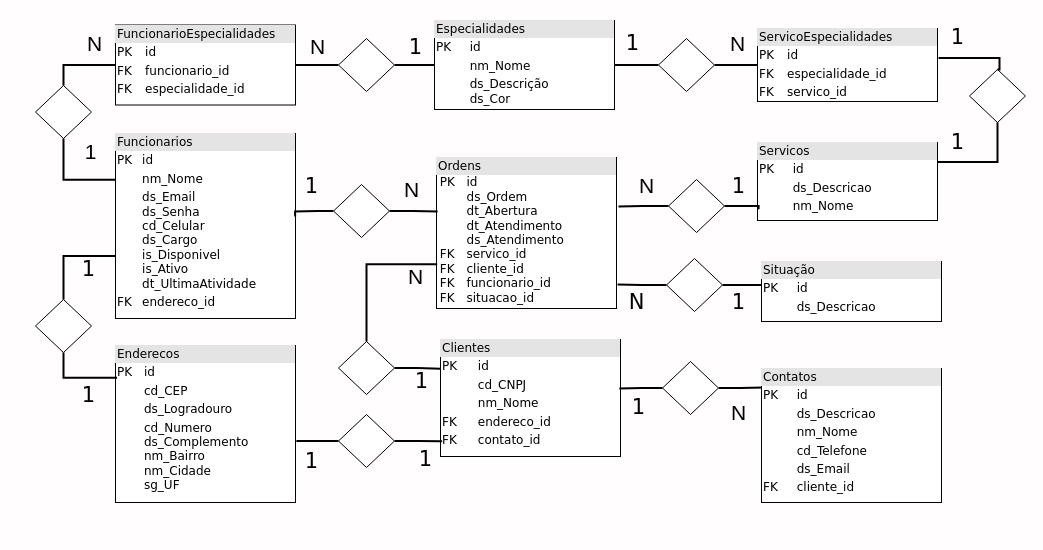
This is Diagrama Entidades.drawio from S-I-G-O-S/planejamento, a draw.io file, before an edit. Source tidied: cells renumbered, new cells numbered last; positions are measured from the earlier drawing's top-left corner, leaving out a move shared by most shapes. Both pictures are drawn from the tidied source at 100%, with x=0, y=0 at pixel (35, 17).
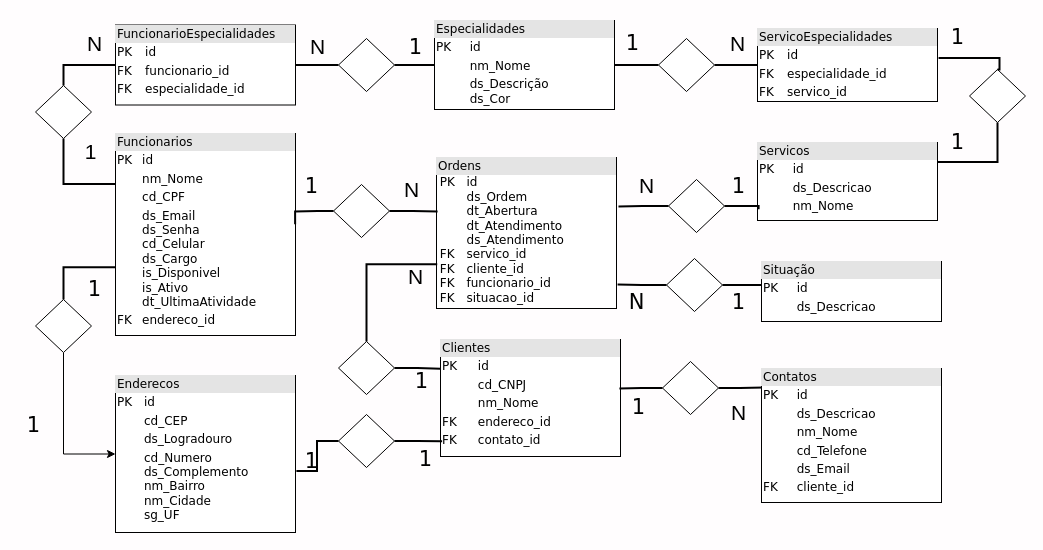
Above is the later version.

The change refers to these unchanged cells:
```xml
<mxCell id="51" style="rhombus;whiteSpace=wrap;html=1;fontFamily=Architects Daughter;" parent="1" vertex="1">
  <mxGeometry y="282" width="56" height="53" as="geometry" />
</mxCell>
```

Change to the diagram source:
```diff
@@
-    <mxCell id="2" value="&lt;div style=&quot;box-sizing:border-box;width:100%;background:#e4e4e4;padding:2px;&quot;&gt;Funcionarios&lt;/div&gt;&lt;table style=&quot;width:100%;font-size:1em;&quot; cellpadding=&quot;2&quot; cellspacing=&quot;0&quot;&gt;&lt;tbody&gt;&lt;tr&gt;&lt;td&gt;PK&lt;/td&gt;&lt;td&gt;id&lt;br&gt;&lt;/td&gt;&lt;/tr&gt;&lt;tr&gt;&lt;td&gt;&lt;br&gt;&lt;/td&gt;&lt;td&gt;nm_Nome&lt;/td&gt;&lt;/tr&gt;&lt;tr&gt;&lt;td&gt;&lt;br&gt;&lt;br&gt;&lt;/td&gt;&lt;td&gt;ds_Email&lt;br&gt;ds_Senha&lt;br&gt;cd_Celular&lt;br&gt;ds_Cargo&lt;br&gt;is_Disponivel&lt;br&gt;is_Ativo&lt;br&gt;dt_UltimaAtividade&lt;br&gt;&lt;/td&gt;&lt;/tr&gt;&lt;tr&gt;&lt;td&gt;FK&lt;/td&gt;&lt;td&gt;endereco_id&lt;br&gt;&lt;/td&gt;&lt;/tr&gt;&lt;tr&gt;&lt;td&gt;&lt;br&gt;&lt;/td&gt;&lt;td&gt;&lt;br&gt;&lt;/td&gt;&lt;/tr&gt;&lt;/tbody&gt;&lt;/table&gt;" style="verticalAlign=top;align=left;overflow=fill;html=1;rounded=0;shadow=0;comic=0;labelBackgroundColor=none;strokeWidth=1;fontFamily=Verdana;fontSize=12;" parent="1" vertex="1">
-      <mxGeometry x="80" y="116" width="180" height="185" as="geometry" />
+    <mxCell id="2" value="&lt;div style=&quot;box-sizing:border-box;width:100%;background:#e4e4e4;padding:2px;&quot;&gt;Funcionarios&lt;/div&gt;&lt;table style=&quot;width:100%;font-size:1em;&quot; cellpadding=&quot;2&quot; cellspacing=&quot;0&quot;&gt;&lt;tbody&gt;&lt;tr&gt;&lt;td&gt;PK&lt;/td&gt;&lt;td&gt;id&lt;br&gt;&lt;/td&gt;&lt;/tr&gt;&lt;tr&gt;&lt;td&gt;&lt;br&gt;&lt;/td&gt;&lt;td&gt;nm_Nome&lt;/td&gt;&lt;/tr&gt;&lt;tr&gt;&lt;td&gt;&lt;br&gt;&lt;/td&gt;&lt;td&gt;cd_CPF&lt;/td&gt;&lt;/tr&gt;&lt;tr&gt;&lt;td&gt;&lt;br&gt;&lt;br&gt;&lt;/td&gt;&lt;td&gt;ds_Email&lt;br&gt;ds_Senha&lt;br&gt;cd_Celular&lt;br&gt;ds_Cargo&lt;br&gt;is_Disponivel&lt;br&gt;is_Ativo&lt;br&gt;dt_UltimaAtividade&lt;br&gt;&lt;/td&gt;&lt;/tr&gt;&lt;tr&gt;&lt;td&gt;FK&lt;/td&gt;&lt;td&gt;endereco_id&lt;br&gt;&lt;/td&gt;&lt;/tr&gt;&lt;tr&gt;&lt;td&gt;&lt;br&gt;&lt;/td&gt;&lt;td&gt;&lt;br&gt;&lt;/td&gt;&lt;/tr&gt;&lt;/tbody&gt;&lt;/table&gt;" style="verticalAlign=top;align=left;overflow=fill;html=1;rounded=0;shadow=0;comic=0;labelBackgroundColor=none;strokeWidth=1;fontFamily=Verdana;fontSize=12;" parent="1" vertex="1">
+      <mxGeometry x="80" y="116" width="180" height="202" as="geometry" />
     </mxCell>
@@
     <mxCell id="10" value="&lt;div style=&quot;box-sizing:border-box;width:100%;background:#e4e4e4;padding:2px;&quot;&gt;Enderecos&lt;/div&gt;&lt;table style=&quot;width:100%;font-size:1em;&quot; cellpadding=&quot;2&quot; cellspacing=&quot;0&quot;&gt;&lt;tbody&gt;&lt;tr&gt;&lt;td&gt;PK&lt;/td&gt;&lt;td&gt;id&lt;/td&gt;&lt;/tr&gt;&lt;tr&gt;&lt;td&gt;&lt;br&gt;&lt;/td&gt;&lt;td&gt;cd_CEP&lt;/td&gt;&lt;/tr&gt;&lt;tr&gt;&lt;td&gt;&lt;br&gt;&lt;/td&gt;&lt;td&gt;ds_Logradouro&lt;/td&gt;&lt;/tr&gt;&lt;tr&gt;&lt;td&gt;&lt;br&gt;&lt;/td&gt;&lt;td&gt;cd_Numero&lt;br&gt;ds_Complemento&lt;br&gt;nm_Bairro&lt;br&gt;nm_Cidade&lt;br&gt;sg_UF&lt;/td&gt;&lt;/tr&gt;&lt;tr&gt;&lt;td&gt;&lt;/td&gt;&lt;td&gt;&lt;br&gt;&lt;/td&gt;&lt;/tr&gt;&lt;/tbody&gt;&lt;/table&gt;" style="verticalAlign=top;align=left;overflow=fill;html=1;rounded=0;shadow=0;comic=0;labelBackgroundColor=none;strokeWidth=1;fontFamily=Verdana;fontSize=12;" parent="1" vertex="1">
-      <mxGeometry x="80" y="328" width="180" height="157" as="geometry" />
+      <mxGeometry x="80" y="358" width="180" height="157" as="geometry" />
     </mxCell>
@@
-    <mxCell id="50" style="edgeStyle=orthogonalEdgeStyle;shape=connector;rounded=0;jettySize=auto;html=1;exitX=0.5;exitY=1;exitDx=0;exitDy=0;strokeColor=default;strokeWidth=2;align=center;verticalAlign=middle;fontFamily=Architects Daughter;fontSize=16;fontColor=default;labelBackgroundColor=default;endArrow=none;endFill=0;flowAnimation=0;sourcePerimeterSpacing=8;targetPerimeterSpacing=8;entryX=0.009;entryY=0.206;entryDx=0;entryDy=0;entryPerimeter=0;" parent="1" edge="1" source="51" target="10">
+    <mxCell id="50" style="edgeStyle=orthogonalEdgeStyle;rounded=0;jettySize=auto;html=1;entryX=0;entryY=0.5;entryDx=0;entryDy=0;exitX=0.5;exitY=1;exitDx=0;exitDy=0;" parent="1" edge="1" source="51" target="10">
       <mxGeometry relative="1" as="geometry" />
     </mxCell>
@@
     <mxCell id="64" value="&lt;span style=&quot;font-family: Verdana;&quot;&gt;1&lt;/span&gt;" style="text;html=1;align=center;verticalAlign=middle;strokeColor=none;fillColor=none;fontSize=21;fontFamily=Architects Daughter;" parent="1" vertex="1">
-      <mxGeometry x="37" y="358" width="31" height="39" as="geometry" />
+      <mxGeometry x="-18" y="388" width="31" height="39" as="geometry" />
     </mxCell>
@@
     <mxCell id="67" value="&lt;span style=&quot;font-family: Verdana;&quot;&gt;1&lt;/span&gt;" style="text;html=1;align=center;verticalAlign=middle;strokeColor=none;fillColor=none;fontSize=21;fontFamily=Architects Daughter;" parent="1" vertex="1">
-      <mxGeometry x="37" y="232" width="31" height="39" as="geometry" />
+      <mxGeometry x="43" y="252" width="31" height="39" as="geometry" />
     </mxCell>
```
